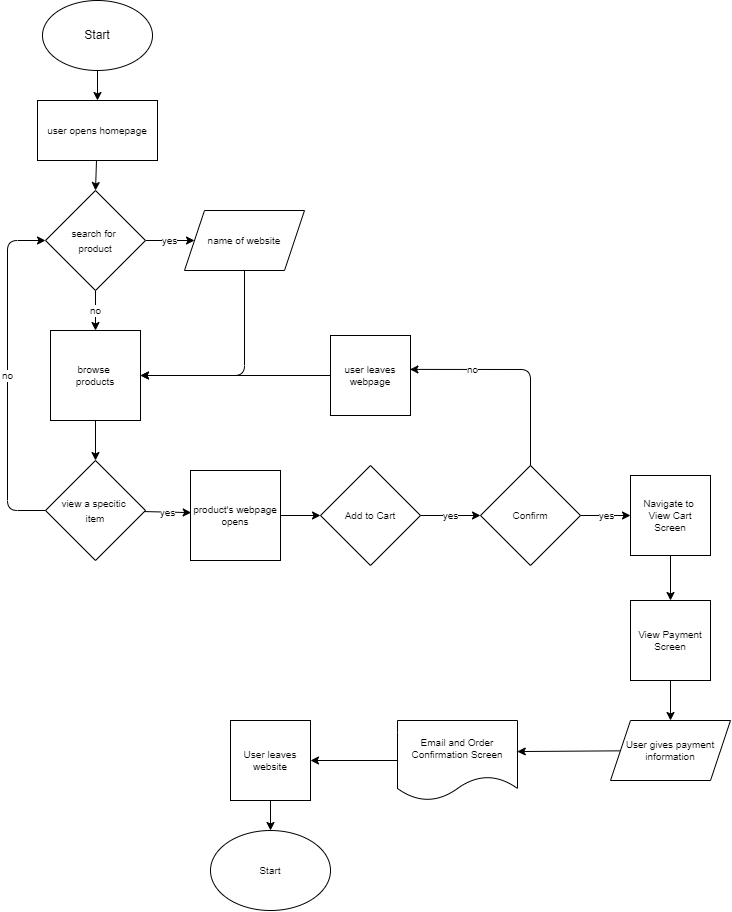
Above: explore/diagramming/diagram.drawio.png in will-loves-coding82/fa22-cse110-lab4 (draw.io), before the change. Source tidied: cells renumbered, new cells last; positions are measured from the earlier drawing's top-left corner, leaving out a move shared by most shapes.
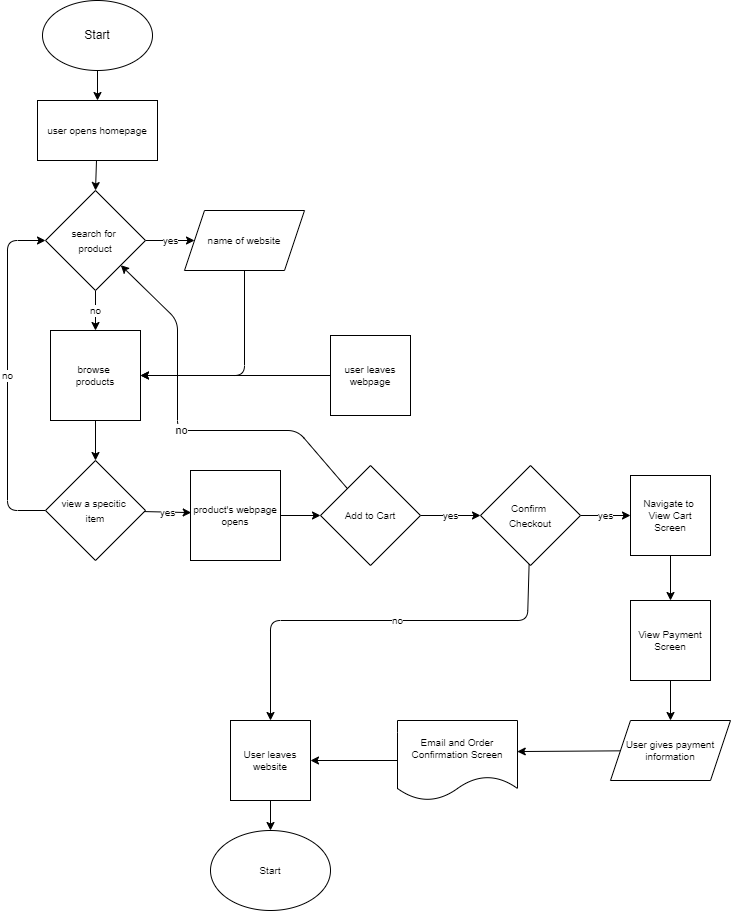
After the change.

What changed in the source:
```diff
@@ -64,6 +64,15 @@
     <mxCell id="18" value="yes" style="edgeStyle=none;html=1;fontSize=10;entryX=0;entryY=0.5;entryDx=0;entryDy=0;" parent="1" edge="1" source="19" target="33">
       <mxGeometry relative="1" as="geometry" />
     </mxCell>
+    <mxCell id="36" value="no" style="edgeStyle=none;html=1;" parent="1" edge="1" source="19" target="6">
+      <mxGeometry relative="1" as="geometry">
+        <Array as="points">
+          <mxPoint x="290" y="430" />
+          <mxPoint x="170" y="430" />
+          <mxPoint x="170" y="320" />
+        </Array>
+      </mxGeometry>
+    </mxCell>
     <mxCell id="19" value="&lt;font style=&quot;font-size: 10px&quot;&gt;Add to Cart&lt;br&gt;&lt;/font&gt;" style="rhombus;whiteSpace=wrap;html=1;align=center;" parent="1" vertex="1">
       <mxGeometry x="313" y="465" width="100" height="100" as="geometry" />
     </mxCell>
@@ -105,14 +114,15 @@
     <mxCell id="31" value="yes" style="edgeStyle=none;html=1;fontSize=10;" parent="1" edge="1" source="33" target="23">
       <mxGeometry relative="1" as="geometry" />
     </mxCell>
-    <mxCell id="32" value="no" style="edgeStyle=none;html=1;entryX=0.993;entryY=0.424;entryDx=0;entryDy=0;entryPerimeter=0;fontSize=10;" parent="1" edge="1" source="33" target="21">
-      <mxGeometry x="0.42" relative="1" as="geometry">
+    <mxCell id="32" value="no" style="edgeStyle=none;html=1;entryX=0.5;entryY=0;entryDx=0;entryDy=0;fontSize=10;" parent="1" edge="1" source="33" target="30">
+      <mxGeometry x="-0.1" relative="1" as="geometry">
         <Array as="points">
-          <mxPoint x="523" y="369" />
+          <mxPoint x="520" y="620" />
+          <mxPoint x="263" y="620" />
         </Array>
       </mxGeometry>
     </mxCell>
-    <mxCell id="33" value="&lt;font style=&quot;font-size: 10px&quot;&gt;Confirm&lt;br&gt;&lt;/font&gt;" style="rhombus;whiteSpace=wrap;html=1;align=center;" parent="1" vertex="1">
+    <mxCell id="33" value="&lt;font style=&quot;font-size: 10px&quot;&gt;Confirm&amp;nbsp;&lt;br&gt;Checkout&lt;br&gt;&lt;/font&gt;" style="rhombus;whiteSpace=wrap;html=1;align=center;" parent="1" vertex="1">
       <mxGeometry x="473" y="465" width="100" height="100" as="geometry" />
     </mxCell>
     <mxCell id="34" style="edgeStyle=none;html=1;fontSize=10;" parent="1" edge="1" source="35" target="30">
```
